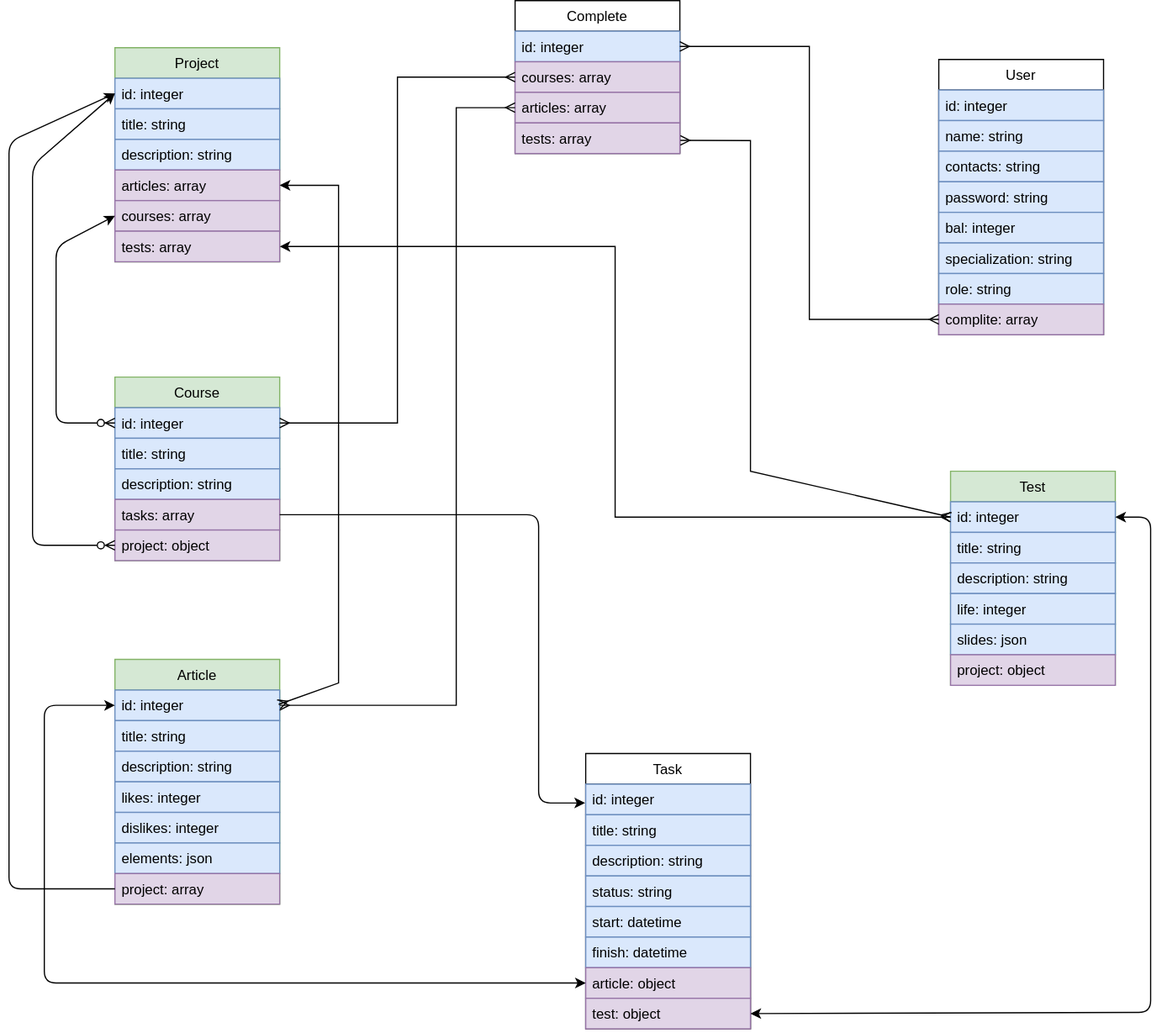
Before: common/sql.drawio.svg, a diagram exported from draw.io (chepuhasasha/wika). Source tidied: cells renumbered, new cells last; positions are measured from the earlier drawing's top-left corner, leaving out a move shared by most shapes. Its diagram source:
```xml
<mxGraphModel>
  <root>
    <mxCell id="0" />
    <mxCell id="1" parent="0" />
    <mxCell id="2" value="User" style="swimlane;fontStyle=0;horizontal=1;startSize=26;" parent="1" vertex="1">
      <mxGeometry x="790" y="50" width="140" height="234" as="geometry" />
    </mxCell>
    <mxCell id="3" value="id: integer" style="text;strokeColor=#6c8ebf;fillColor=#dae8fc;align=left;verticalAlign=top;spacingLeft=4;spacingRight=4;overflow=hidden;" parent="2" vertex="1">
      <mxGeometry y="26" width="140" height="26" as="geometry" />
    </mxCell>
    <mxCell id="4" value="name: string" style="text;strokeColor=#6c8ebf;fillColor=#dae8fc;align=left;verticalAlign=top;spacingLeft=4;spacingRight=4;overflow=hidden;" parent="2" vertex="1">
      <mxGeometry y="52" width="140" height="26" as="geometry" />
    </mxCell>
    <mxCell id="5" value="contacts: string" style="text;strokeColor=#6c8ebf;fillColor=#dae8fc;align=left;verticalAlign=top;spacingLeft=4;spacingRight=4;overflow=hidden;" parent="2" vertex="1">
      <mxGeometry y="78" width="140" height="26" as="geometry" />
    </mxCell>
    <mxCell id="6" value="password: string" style="text;strokeColor=#6c8ebf;fillColor=#dae8fc;align=left;verticalAlign=top;spacingLeft=4;spacingRight=4;overflow=hidden;" parent="2" vertex="1">
      <mxGeometry y="104" width="140" height="26" as="geometry" />
    </mxCell>
    <mxCell id="7" value="bal: integer" style="text;strokeColor=#6c8ebf;fillColor=#dae8fc;align=left;verticalAlign=top;spacingLeft=4;spacingRight=4;overflow=hidden;" parent="2" vertex="1">
      <mxGeometry y="130" width="140" height="26" as="geometry" />
    </mxCell>
    <mxCell id="8" value="specialization: string" style="text;strokeColor=#6c8ebf;fillColor=#dae8fc;align=left;verticalAlign=top;spacingLeft=4;spacingRight=4;overflow=hidden;" parent="2" vertex="1">
      <mxGeometry y="156" width="140" height="26" as="geometry" />
    </mxCell>
    <mxCell id="9" value="role: string" style="text;strokeColor=#6c8ebf;fillColor=#dae8fc;align=left;verticalAlign=top;spacingLeft=4;spacingRight=4;overflow=hidden;" parent="2" vertex="1">
      <mxGeometry y="182" width="140" height="26" as="geometry" />
    </mxCell>
    <mxCell id="10" value="complite: array" style="text;strokeColor=#9673a6;fillColor=#e1d5e7;align=left;verticalAlign=top;spacingLeft=4;spacingRight=4;overflow=hidden;points=[[0,0.5],[1,0.5]];portConstraint=eastwest;" parent="2" vertex="1">
      <mxGeometry y="208" width="140" height="26" as="geometry" />
    </mxCell>
    <mxCell id="11" value="Article" style="swimlane;fontStyle=0;horizontal=1;startSize=26;fillColor=#d5e8d4;strokeColor=#82b366;" parent="1" vertex="1">
      <mxGeometry x="90" y="560" width="140" height="208" as="geometry" />
    </mxCell>
    <mxCell id="12" value="id: integer" style="text;strokeColor=#6c8ebf;fillColor=#dae8fc;align=left;verticalAlign=top;spacingLeft=4;spacingRight=4;overflow=hidden;points=[[0,0.5],[1,0.5]];portConstraint=eastwest;" parent="11" vertex="1">
      <mxGeometry y="26" width="140" height="26" as="geometry" />
    </mxCell>
    <mxCell id="13" value="title: string" style="text;strokeColor=#6c8ebf;fillColor=#dae8fc;align=left;verticalAlign=top;spacingLeft=4;spacingRight=4;overflow=hidden;" parent="11" vertex="1">
      <mxGeometry y="52" width="140" height="26" as="geometry" />
    </mxCell>
    <mxCell id="14" value="description: string" style="text;strokeColor=#6c8ebf;fillColor=#dae8fc;align=left;verticalAlign=top;spacingLeft=4;spacingRight=4;overflow=hidden;" parent="11" vertex="1">
      <mxGeometry y="78" width="140" height="26" as="geometry" />
    </mxCell>
    <mxCell id="15" value="likes: integer" style="text;strokeColor=#6c8ebf;fillColor=#dae8fc;align=left;verticalAlign=top;spacingLeft=4;spacingRight=4;overflow=hidden;" parent="11" vertex="1">
      <mxGeometry y="104" width="140" height="26" as="geometry" />
    </mxCell>
    <mxCell id="16" value="dislikes: integer" style="text;strokeColor=#6c8ebf;fillColor=#dae8fc;align=left;verticalAlign=top;spacingLeft=4;spacingRight=4;overflow=hidden;" parent="11" vertex="1">
      <mxGeometry y="130" width="140" height="26" as="geometry" />
    </mxCell>
    <mxCell id="17" value="elements: json" style="text;strokeColor=#6c8ebf;fillColor=#dae8fc;align=left;verticalAlign=top;spacingLeft=4;spacingRight=4;overflow=hidden;" parent="11" vertex="1">
      <mxGeometry y="156" width="140" height="26" as="geometry" />
    </mxCell>
    <mxCell id="18" value="project: array" style="text;strokeColor=#9673a6;fillColor=#e1d5e7;align=left;verticalAlign=top;spacingLeft=4;spacingRight=4;overflow=hidden;points=[[0,0.5],[1,0.5]];portConstraint=eastwest;" parent="11" vertex="1">
      <mxGeometry y="182" width="140" height="26" as="geometry" />
    </mxCell>
    <mxCell id="19" value="Course" style="swimlane;fontStyle=0;horizontal=1;startSize=26;fillColor=#d5e8d4;strokeColor=#82b366;" parent="1" vertex="1">
      <mxGeometry x="90" y="320" width="140" height="156" as="geometry" />
    </mxCell>
    <mxCell id="20" value="id: integer" style="text;strokeColor=#6c8ebf;fillColor=#dae8fc;align=left;verticalAlign=top;spacingLeft=4;spacingRight=4;overflow=hidden;points=[[0,0.5],[1,0.5]];portConstraint=eastwest;" parent="19" vertex="1">
      <mxGeometry y="26" width="140" height="26" as="geometry" />
    </mxCell>
    <mxCell id="21" value="title: string" style="text;strokeColor=#6c8ebf;fillColor=#dae8fc;align=left;verticalAlign=top;spacingLeft=4;spacingRight=4;overflow=hidden;" parent="19" vertex="1">
      <mxGeometry y="52" width="140" height="26" as="geometry" />
    </mxCell>
    <mxCell id="22" value="description: string" style="text;strokeColor=#6c8ebf;fillColor=#dae8fc;align=left;verticalAlign=top;spacingLeft=4;spacingRight=4;overflow=hidden;" parent="19" vertex="1">
      <mxGeometry y="78" width="140" height="26" as="geometry" />
    </mxCell>
    <mxCell id="23" value="tasks: array" style="text;strokeColor=#9673a6;fillColor=#e1d5e7;align=left;verticalAlign=top;spacingLeft=4;spacingRight=4;overflow=hidden;points=[[0,0.5],[1,0.5]];portConstraint=eastwest;" parent="19" vertex="1">
      <mxGeometry y="104" width="140" height="26" as="geometry" />
    </mxCell>
    <mxCell id="24" value="project: object" style="text;strokeColor=#9673a6;fillColor=#e1d5e7;align=left;verticalAlign=top;spacingLeft=4;spacingRight=4;overflow=hidden;points=[[0,0.5],[1,0.5]];portConstraint=eastwest;" parent="19" vertex="1">
      <mxGeometry y="130" width="140" height="26" as="geometry" />
    </mxCell>
    <mxCell id="25" value="Project" style="swimlane;fontStyle=0;horizontal=1;startSize=26;fillColor=#d5e8d4;strokeColor=#82b366;" parent="1" vertex="1">
      <mxGeometry x="90" y="40" width="140" height="182" as="geometry" />
    </mxCell>
    <mxCell id="26" value="id: integer" style="text;strokeColor=#6c8ebf;fillColor=#dae8fc;align=left;verticalAlign=top;spacingLeft=4;spacingRight=4;overflow=hidden;points=[[0,0.5],[1,0.5]];portConstraint=eastwest;" parent="25" vertex="1">
      <mxGeometry y="26" width="140" height="26" as="geometry" />
    </mxCell>
    <mxCell id="27" value="title: string" style="text;strokeColor=#6c8ebf;fillColor=#dae8fc;align=left;verticalAlign=top;spacingLeft=4;spacingRight=4;overflow=hidden;" parent="25" vertex="1">
      <mxGeometry y="52" width="140" height="26" as="geometry" />
    </mxCell>
    <mxCell id="28" value="description: string" style="text;strokeColor=#6c8ebf;fillColor=#dae8fc;align=left;verticalAlign=top;spacingLeft=4;spacingRight=4;overflow=hidden;" parent="25" vertex="1">
      <mxGeometry y="78" width="140" height="26" as="geometry" />
    </mxCell>
    <mxCell id="29" value="articles: array" style="text;strokeColor=#9673a6;fillColor=#e1d5e7;align=left;verticalAlign=top;spacingLeft=4;spacingRight=4;overflow=hidden;points=[[0,0.5],[1,0.5]];portConstraint=eastwest;" parent="25" vertex="1">
      <mxGeometry y="104" width="140" height="26" as="geometry" />
    </mxCell>
    <mxCell id="30" value="courses: array" style="text;strokeColor=#9673a6;fillColor=#e1d5e7;align=left;verticalAlign=top;spacingLeft=4;spacingRight=4;overflow=hidden;points=[[0,0.5],[1,0.5]];portConstraint=eastwest;" parent="25" vertex="1">
      <mxGeometry y="130" width="140" height="26" as="geometry" />
    </mxCell>
    <mxCell id="31" value="tests: array" style="text;strokeColor=#9673a6;fillColor=#e1d5e7;align=left;verticalAlign=top;spacingLeft=4;spacingRight=4;overflow=hidden;points=[[0,0.5],[1,0.5]];portConstraint=eastwest;" parent="25" vertex="1">
      <mxGeometry y="156" width="140" height="26" as="geometry" />
    </mxCell>
    <mxCell id="32" value="Task" style="swimlane;fontStyle=0;horizontal=1;startSize=26;" parent="1" vertex="1">
      <mxGeometry x="490" y="640" width="140" height="234" as="geometry" />
    </mxCell>
    <mxCell id="33" value="id: integer" style="text;strokeColor=#6c8ebf;fillColor=#dae8fc;align=left;verticalAlign=top;spacingLeft=4;spacingRight=4;overflow=hidden;points=[[0,0.5],[1,0.5]];portConstraint=eastwest;" parent="32" vertex="1">
      <mxGeometry y="26" width="140" height="26" as="geometry" />
    </mxCell>
    <mxCell id="34" value="title: string" style="text;strokeColor=#6c8ebf;fillColor=#dae8fc;align=left;verticalAlign=top;spacingLeft=4;spacingRight=4;overflow=hidden;" parent="32" vertex="1">
      <mxGeometry y="52" width="140" height="26" as="geometry" />
    </mxCell>
    <mxCell id="35" value="description: string" style="text;strokeColor=#6c8ebf;fillColor=#dae8fc;align=left;verticalAlign=top;spacingLeft=4;spacingRight=4;overflow=hidden;" parent="32" vertex="1">
      <mxGeometry y="78" width="140" height="26" as="geometry" />
    </mxCell>
    <mxCell id="36" value="status: string" style="text;strokeColor=#6c8ebf;fillColor=#dae8fc;align=left;verticalAlign=top;spacingLeft=4;spacingRight=4;overflow=hidden;" parent="32" vertex="1">
      <mxGeometry y="104" width="140" height="26" as="geometry" />
    </mxCell>
    <mxCell id="37" value="start: datetime" style="text;strokeColor=#6c8ebf;fillColor=#dae8fc;align=left;verticalAlign=top;spacingLeft=4;spacingRight=4;overflow=hidden;" parent="32" vertex="1">
      <mxGeometry y="130" width="140" height="26" as="geometry" />
    </mxCell>
    <mxCell id="38" value="finish: datetime" style="text;strokeColor=#6c8ebf;fillColor=#dae8fc;align=left;verticalAlign=top;spacingLeft=4;spacingRight=4;overflow=hidden;" parent="32" vertex="1">
      <mxGeometry y="156" width="140" height="26" as="geometry" />
    </mxCell>
    <mxCell id="39" value="article: object" style="text;strokeColor=#9673a6;fillColor=#e1d5e7;align=left;verticalAlign=top;spacingLeft=4;spacingRight=4;overflow=hidden;points=[[0,0.5],[1,0.5]];portConstraint=eastwest;" parent="32" vertex="1">
      <mxGeometry y="182" width="140" height="26" as="geometry" />
    </mxCell>
    <mxCell id="40" value="test: object" style="text;strokeColor=#9673a6;fillColor=#e1d5e7;align=left;verticalAlign=top;spacingLeft=4;spacingRight=4;overflow=hidden;points=[[0,0.5],[1,0.5]];portConstraint=eastwest;" parent="32" vertex="1">
      <mxGeometry y="208" width="140" height="26" as="geometry" />
    </mxCell>
    <mxCell id="41" value="Test" style="swimlane;fontStyle=0;horizontal=1;startSize=26;fillColor=#d5e8d4;strokeColor=#82b366;" parent="1" vertex="1">
      <mxGeometry x="800" y="400" width="140" height="182" as="geometry" />
    </mxCell>
    <mxCell id="42" value="id: integer" style="text;strokeColor=#6c8ebf;fillColor=#dae8fc;align=left;verticalAlign=top;spacingLeft=4;spacingRight=4;overflow=hidden;points=[[0,0.5],[1,0.5]];portConstraint=eastwest;" parent="41" vertex="1">
      <mxGeometry y="26" width="140" height="26" as="geometry" />
    </mxCell>
    <mxCell id="43" value="title: string" style="text;strokeColor=#6c8ebf;fillColor=#dae8fc;align=left;verticalAlign=top;spacingLeft=4;spacingRight=4;overflow=hidden;" parent="41" vertex="1">
      <mxGeometry y="52" width="140" height="26" as="geometry" />
    </mxCell>
    <mxCell id="44" value="description: string" style="text;strokeColor=#6c8ebf;fillColor=#dae8fc;align=left;verticalAlign=top;spacingLeft=4;spacingRight=4;overflow=hidden;" parent="41" vertex="1">
      <mxGeometry y="78" width="140" height="26" as="geometry" />
    </mxCell>
    <mxCell id="45" value="life: integer" style="text;strokeColor=#6c8ebf;fillColor=#dae8fc;align=left;verticalAlign=top;spacingLeft=4;spacingRight=4;overflow=hidden;" parent="41" vertex="1">
      <mxGeometry y="104" width="140" height="26" as="geometry" />
    </mxCell>
    <mxCell id="46" value="slides: json" style="text;strokeColor=#6c8ebf;fillColor=#dae8fc;align=left;verticalAlign=top;spacingLeft=4;spacingRight=4;overflow=hidden;" parent="41" vertex="1">
      <mxGeometry y="130" width="140" height="26" as="geometry" />
    </mxCell>
    <mxCell id="47" value="project: object" style="text;strokeColor=#9673a6;fillColor=#e1d5e7;align=left;verticalAlign=top;spacingLeft=4;spacingRight=4;overflow=hidden;" parent="41" vertex="1">
      <mxGeometry y="156" width="140" height="26" as="geometry" />
    </mxCell>
    <mxCell id="48" style="edgeStyle=none;html=1;entryX=0;entryY=0.5;entryDx=0;entryDy=0;exitX=0;exitY=0.5;exitDx=0;exitDy=0;startArrow=classic;startFill=1;" parent="1" edge="1" source="39" target="12">
      <mxGeometry relative="1" as="geometry">
        <Array as="points">
          <mxPoint x="30" y="835" />
          <mxPoint x="30" y="599" />
        </Array>
      </mxGeometry>
    </mxCell>
    <mxCell id="49" style="edgeStyle=none;html=1;entryX=0;entryY=0.5;entryDx=0;entryDy=0;exitX=0;exitY=0.5;exitDx=0;exitDy=0;" parent="1" edge="1" source="18" target="26">
      <mxGeometry relative="1" as="geometry">
        <Array as="points">
          <mxPoint y="755" />
          <mxPoint y="120" />
        </Array>
      </mxGeometry>
    </mxCell>
    <mxCell id="50" style="edgeStyle=none;html=1;entryX=0;entryY=0.5;entryDx=0;entryDy=0;exitX=0;exitY=0.5;exitDx=0;exitDy=0;startArrow=ERzeroToMany;startFill=0;" parent="1" edge="1" source="24" target="26">
      <mxGeometry relative="1" as="geometry">
        <Array as="points">
          <mxPoint x="20" y="463" />
          <mxPoint x="20" y="350" />
          <mxPoint x="20" y="140" />
        </Array>
      </mxGeometry>
    </mxCell>
    <mxCell id="51" style="edgeStyle=none;html=1;entryX=-0.004;entryY=0.615;entryDx=0;entryDy=0;entryPerimeter=0;exitX=1;exitY=0.5;exitDx=0;exitDy=0;" parent="1" edge="1" source="23" target="33">
      <mxGeometry relative="1" as="geometry">
        <Array as="points">
          <mxPoint x="450" y="437" />
          <mxPoint x="450" y="682" />
        </Array>
      </mxGeometry>
    </mxCell>
    <mxCell id="52" style="edgeStyle=none;html=1;entryX=1;entryY=0.5;entryDx=0;entryDy=0;exitX=1;exitY=0.5;exitDx=0;exitDy=0;startArrow=classic;startFill=1;" parent="1" edge="1" source="40" target="42">
      <mxGeometry relative="1" as="geometry">
        <Array as="points">
          <mxPoint x="970" y="860" />
          <mxPoint x="970" y="439" />
        </Array>
      </mxGeometry>
    </mxCell>
    <mxCell id="53" style="edgeStyle=none;html=1;entryX=0;entryY=0.5;entryDx=0;entryDy=0;exitX=0;exitY=0.5;exitDx=0;exitDy=0;startArrow=classic;startFill=1;endArrow=ERzeroToMany;endFill=1;" parent="1" edge="1" source="30" target="20">
      <mxGeometry relative="1" as="geometry">
        <Array as="points">
          <mxPoint x="40" y="209" />
          <mxPoint x="40" y="359" />
        </Array>
      </mxGeometry>
    </mxCell>
    <mxCell id="54" style="rounded=0;jettySize=auto;html=1;entryX=0.994;entryY=0.468;entryDx=0;entryDy=0;entryPerimeter=0;startArrow=classic;startFill=1;endArrow=ERmany;endFill=0;exitX=1;exitY=0.5;exitDx=0;exitDy=0;" parent="1" edge="1" source="29" target="12">
      <mxGeometry relative="1" as="geometry">
        <Array as="points">
          <mxPoint x="280" y="157" />
          <mxPoint x="280" y="580" />
        </Array>
      </mxGeometry>
    </mxCell>
    <mxCell id="55" style="edgeStyle=orthogonalEdgeStyle;rounded=0;jettySize=auto;html=1;entryX=0;entryY=0.5;entryDx=0;entryDy=0;startArrow=classic;startFill=1;endArrow=ERmany;endFill=0;" parent="1" edge="1" source="31" target="42">
      <mxGeometry relative="1" as="geometry" />
    </mxCell>
    <mxCell id="56" value="Complete" style="swimlane;fontStyle=0;horizontal=1;startSize=26;" parent="1" vertex="1">
      <mxGeometry x="430" width="140" height="130" as="geometry" />
    </mxCell>
    <mxCell id="57" value="id: integer" style="text;strokeColor=#6c8ebf;fillColor=#dae8fc;align=left;verticalAlign=top;spacingLeft=4;spacingRight=4;overflow=hidden;points=[[0,0.5],[1,0.5]];portConstraint=eastwest;" parent="56" vertex="1">
      <mxGeometry y="26" width="140" height="26" as="geometry" />
    </mxCell>
    <mxCell id="58" value="courses: array" style="text;strokeColor=#9673a6;fillColor=#e1d5e7;align=left;verticalAlign=top;spacingLeft=4;spacingRight=4;overflow=hidden;points=[[0,0.5],[1,0.5]];portConstraint=eastwest;" parent="56" vertex="1">
      <mxGeometry y="52" width="140" height="26" as="geometry" />
    </mxCell>
    <mxCell id="59" value="articles: array" style="text;strokeColor=#9673a6;fillColor=#e1d5e7;align=left;verticalAlign=top;spacingLeft=4;spacingRight=4;overflow=hidden;points=[[0,0.5],[1,0.5]];portConstraint=eastwest;" parent="56" vertex="1">
      <mxGeometry y="78" width="140" height="26" as="geometry" />
    </mxCell>
    <mxCell id="60" value="tests: array" style="text;strokeColor=#9673a6;fillColor=#e1d5e7;align=left;verticalAlign=top;spacingLeft=4;spacingRight=4;overflow=hidden;points=[[0,0.5],[1,0.5]];portConstraint=eastwest;" parent="56" vertex="1">
      <mxGeometry y="104" width="140" height="26" as="geometry" />
    </mxCell>
    <mxCell id="61" style="edgeStyle=orthogonalEdgeStyle;rounded=0;jettySize=auto;html=1;entryX=0;entryY=0.5;entryDx=0;entryDy=0;startArrow=ERmany;startFill=0;endArrow=ERmany;endFill=0;" parent="1" edge="1" source="57" target="10">
      <mxGeometry relative="1" as="geometry" />
    </mxCell>
    <mxCell id="62" style="edgeStyle=orthogonalEdgeStyle;rounded=0;jettySize=auto;html=1;entryX=1;entryY=0.5;entryDx=0;entryDy=0;startArrow=ERmany;startFill=0;endArrow=ERmany;endFill=0;" parent="1" edge="1" source="58" target="20">
      <mxGeometry relative="1" as="geometry" />
    </mxCell>
    <mxCell id="63" style="rounded=0;jettySize=auto;html=1;startArrow=ERmany;startFill=0;endArrow=ERmany;endFill=0;entryX=1;entryY=0.5;entryDx=0;entryDy=0;exitX=0;exitY=0.5;exitDx=0;exitDy=0;" parent="1" edge="1" source="59" target="12">
      <mxGeometry relative="1" as="geometry">
        <Array as="points">
          <mxPoint x="380" y="91" />
          <mxPoint x="380" y="599" />
        </Array>
      </mxGeometry>
    </mxCell>
    <mxCell id="64" style="edgeStyle=none;rounded=0;jettySize=auto;html=1;entryX=0;entryY=0.5;entryDx=0;entryDy=0;startArrow=ERmany;startFill=0;endArrow=ERmany;endFill=0;exitX=1.003;exitY=0.569;exitDx=0;exitDy=0;exitPerimeter=0;" parent="1" edge="1" source="60" target="42">
      <mxGeometry relative="1" as="geometry">
        <Array as="points">
          <mxPoint x="630" y="119" />
          <mxPoint x="630" y="400" />
        </Array>
      </mxGeometry>
    </mxCell>
  </root>
</mxGraphModel>
```
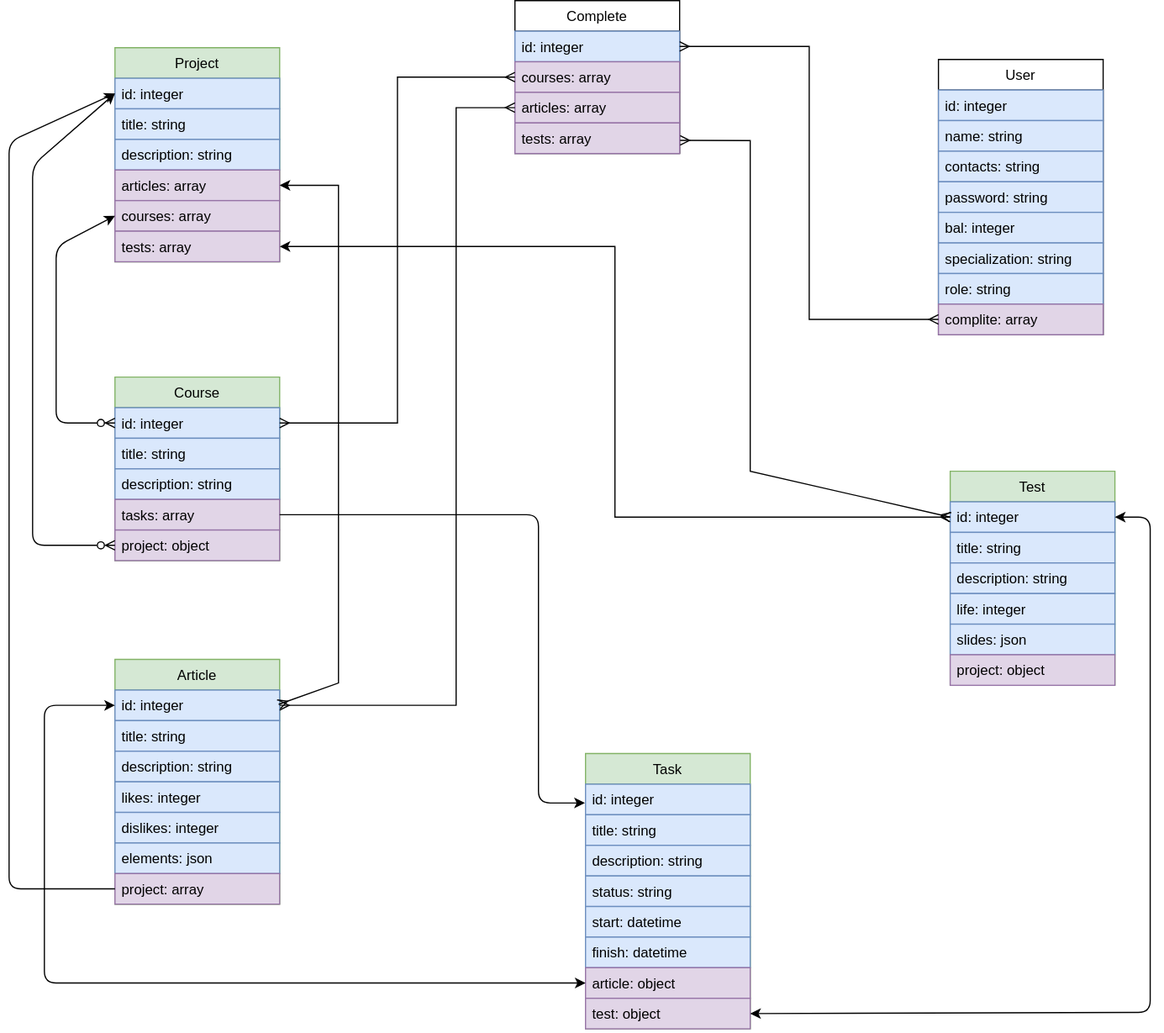
After the commit.

The edit, as a diff of the source:
```diff
@@ -92,7 +92,7 @@
     <mxCell id="31" value="tests: array" style="text;strokeColor=#9673a6;fillColor=#e1d5e7;align=left;verticalAlign=top;spacingLeft=4;spacingRight=4;overflow=hidden;points=[[0,0.5],[1,0.5]];portConstraint=eastwest;" parent="25" vertex="1">
       <mxGeometry y="156" width="140" height="26" as="geometry" />
     </mxCell>
-    <mxCell id="32" value="Task" style="swimlane;fontStyle=0;horizontal=1;startSize=26;" parent="1" vertex="1">
+    <mxCell id="32" value="Task" style="swimlane;fontStyle=0;horizontal=1;startSize=26;fillColor=#d5e8d4;strokeColor=#82b366;" parent="1" vertex="1">
       <mxGeometry x="490" y="640" width="140" height="234" as="geometry" />
     </mxCell>
     <mxCell id="33" value="id: integer" style="text;strokeColor=#6c8ebf;fillColor=#dae8fc;align=left;verticalAlign=top;spacingLeft=4;spacingRight=4;overflow=hidden;points=[[0,0.5],[1,0.5]];portConstraint=eastwest;" parent="32" vertex="1">
```
